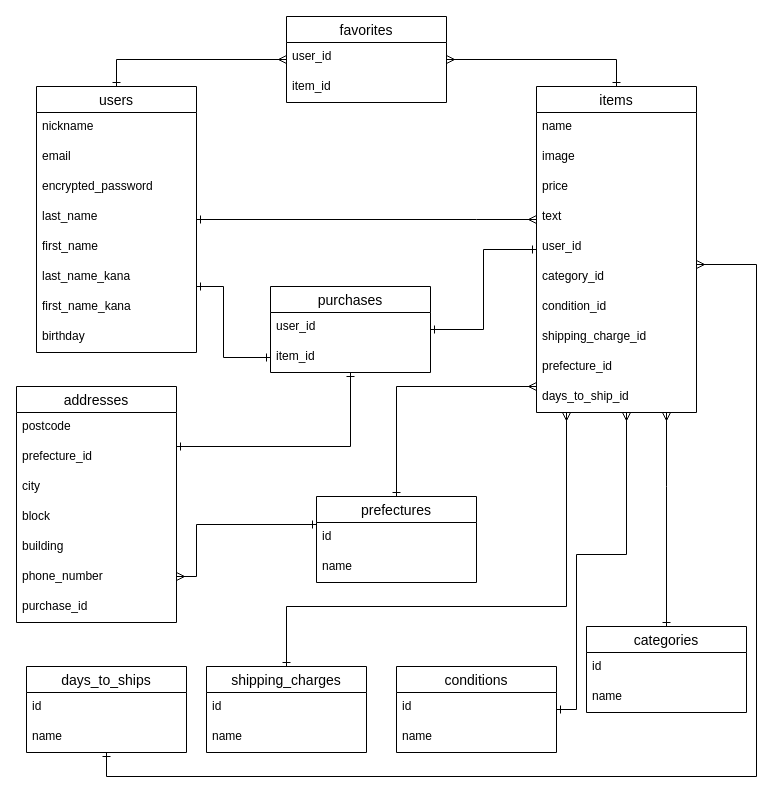
zooootech/furima-31168 keeps this draw.io diagram as config/furima.dio. Above is the earlier version. Source tidied: cells renumbered, new cells numbered last; positions are measured from the earlier drawing's top-left corner, leaving out a move shared by most shapes. Both pictures are drawn from the tidied source at 100%, with x=0, y=0 at pixel (16, 16).
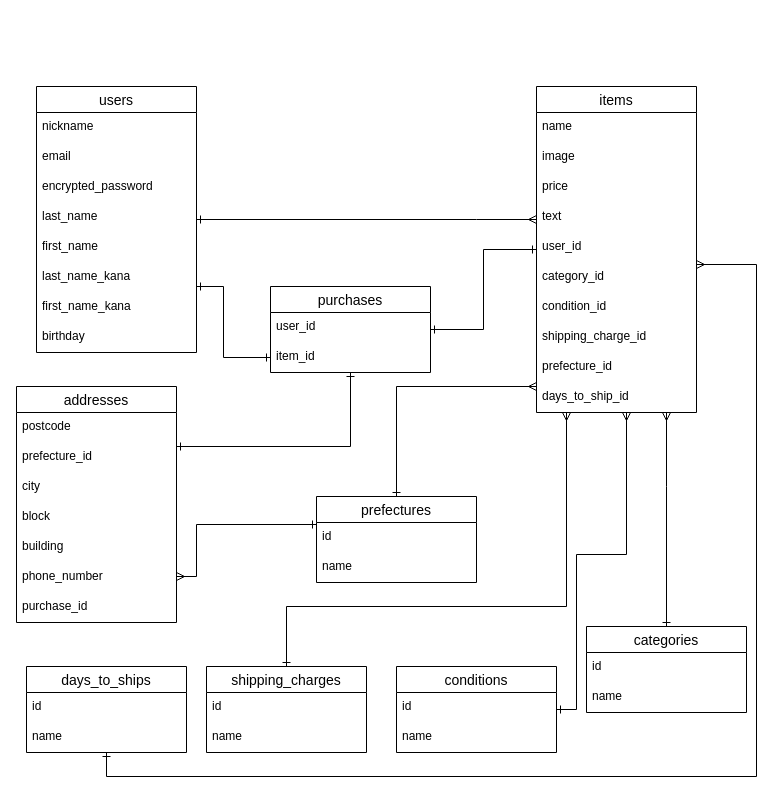
Above is the later version.

Unchanged cells that the change refers to:
```xml
<mxCell id="35" value="items" style="swimlane;fontStyle=0;horizontal=1;startSize=26;align=center;fontSize=14;" parent="1" vertex="1">
  <mxGeometry x="520" y="70" width="160" height="326" as="geometry" />
</mxCell>
<mxCell id="46" value="users" style="swimlane;fontStyle=0;horizontal=1;startSize=26;align=center;fontSize=14;" parent="1" vertex="1">
  <mxGeometry x="20" y="70" width="160" height="266" as="geometry" />
</mxCell>
```

The edit, as a diff of the source:
```diff
@@
-    <mxCell id="3" style="edgeStyle=orthogonalEdgeStyle;rounded=0;jumpSize=17;jettySize=auto;html=1;startArrow=ERone;startFill=0;endArrow=ERmany;endFill=0;" parent="1" edge="1" source="46" target="8">
-      <mxGeometry relative="1" as="geometry">
-        <Array as="points">
-          <mxPoint x="100" y="43" />
-        </Array>
-      </mxGeometry>
-    </mxCell>
@@
-    <mxCell id="7" style="edgeStyle=orthogonalEdgeStyle;rounded=0;jettySize=auto;html=1;entryX=0.5;entryY=0;entryDx=0;entryDy=0;endArrow=ERone;endFill=0;startArrow=ERmany;startFill=0;" parent="1" edge="1" source="8" target="35">
-      <mxGeometry relative="1" as="geometry" />
-    </mxCell>
-    <mxCell id="8" value="favorites" style="swimlane;fontStyle=0;horizontal=1;startSize=26;align=center;fontSize=14;" parent="1" vertex="1">
-      <mxGeometry x="270" width="160" height="86" as="geometry" />
-    </mxCell>
-    <mxCell id="9" value="user_id" style="text;strokeColor=none;fillColor=none;spacingLeft=4;spacingRight=4;overflow=hidden;fontSize=12;" parent="8" vertex="1">
-      <mxGeometry y="26" width="160" height="30" as="geometry" />
-    </mxCell>
-    <mxCell id="10" value="item_id" style="text;strokeColor=none;fillColor=none;spacingLeft=4;spacingRight=4;overflow=hidden;fontSize=12;" parent="8" vertex="1">
-      <mxGeometry y="56" width="160" height="30" as="geometry" />
-    </mxCell>
```
